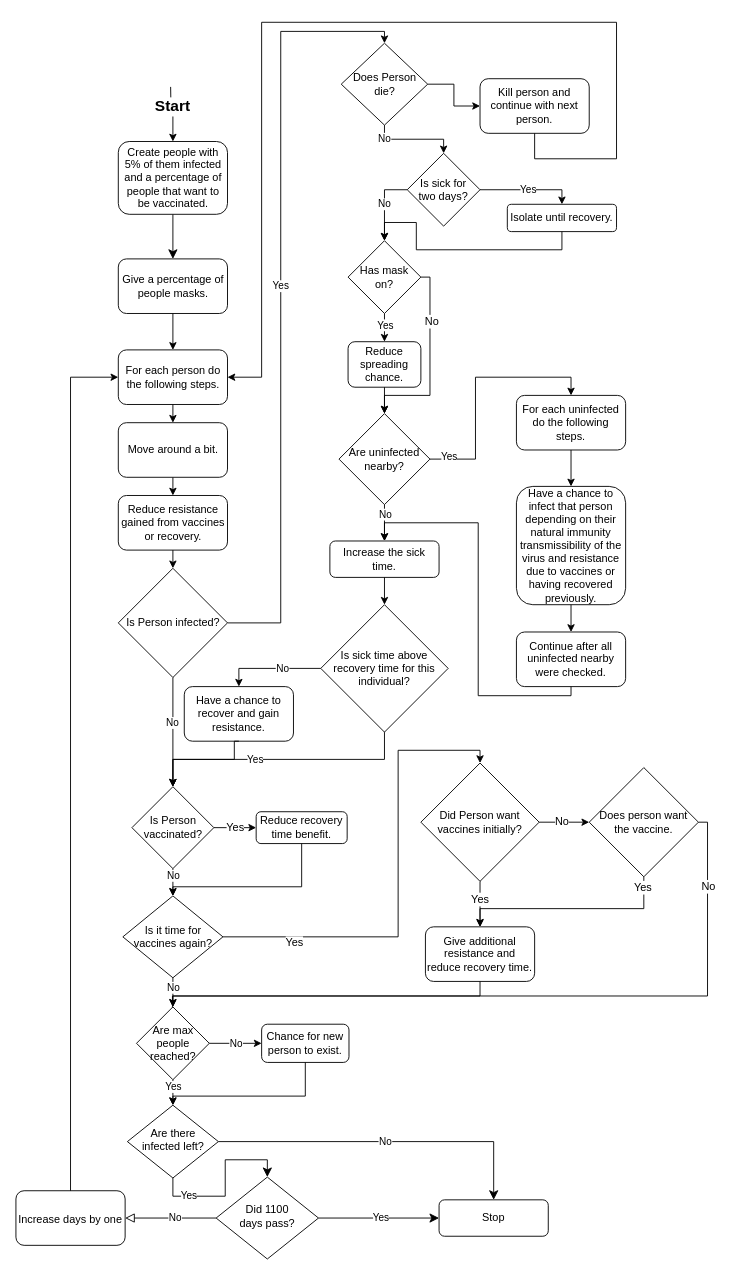
Earlier version of the draw.io diagram Model-Description.drawio (jojoscholzgmailcom/ATP_Final_Project). Source tidied: cells renumbered, new cells numbered last; positions are measured from the earlier drawing's top-left corner, leaving out a move shared by most shapes. Both pictures are drawn from the tidied source at 91%, with x=0, y=0 at pixel (15, 22).
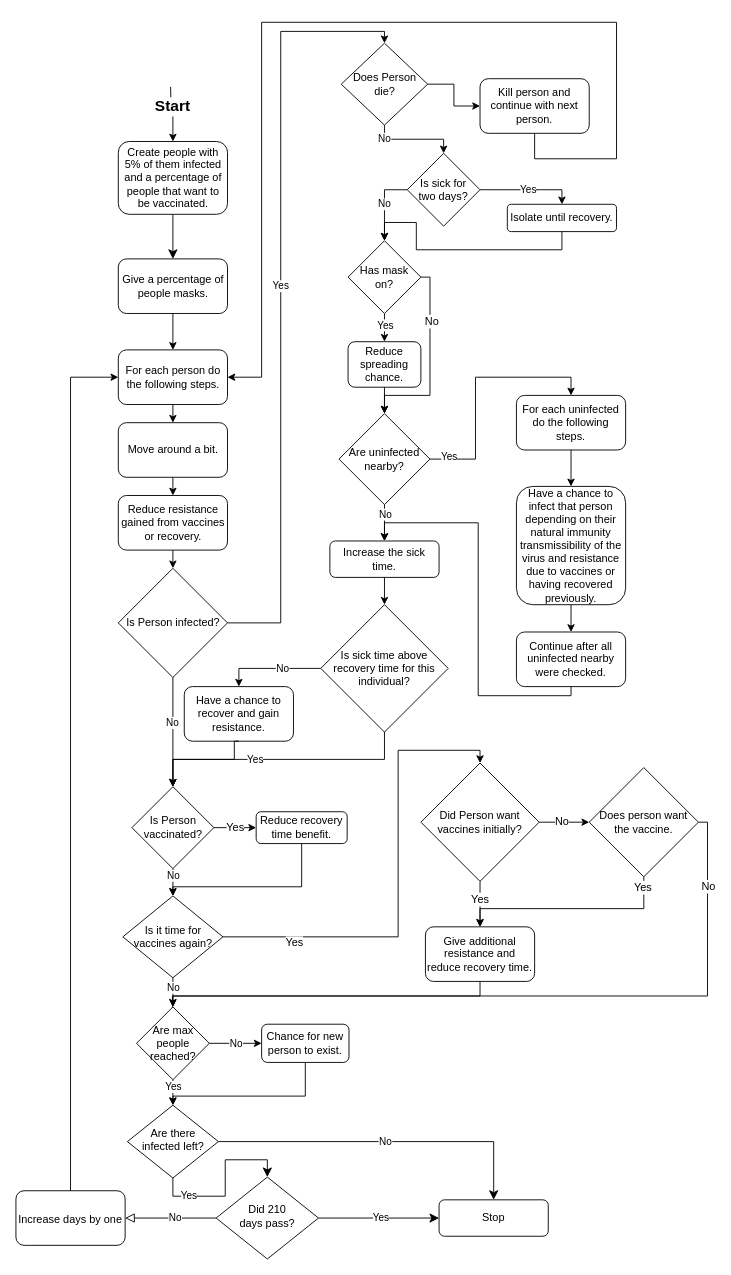
After the change.

Commit message (it also covers changes not shown here):
Updated model description

Diff of the diagram source:
```diff
@@
-    <mxCell id="9" value="Did 1100&lt;br&gt;days pass?" style="rhombus;whiteSpace=wrap;html=1;shadow=0;fontFamily=Helvetica;fontSize=12;align=center;strokeWidth=1;spacing=6;spacingTop=-4;" parent="1" vertex="1">
+    <mxCell id="9" value="Did 210&lt;br&gt;days pass?" style="rhombus;whiteSpace=wrap;html=1;shadow=0;fontFamily=Helvetica;fontSize=12;align=center;strokeWidth=1;spacing=6;spacingTop=-4;" parent="1" vertex="1">
       <mxGeometry x="220" y="1269" width="112.5" height="90" as="geometry" />
     </mxCell>
```
